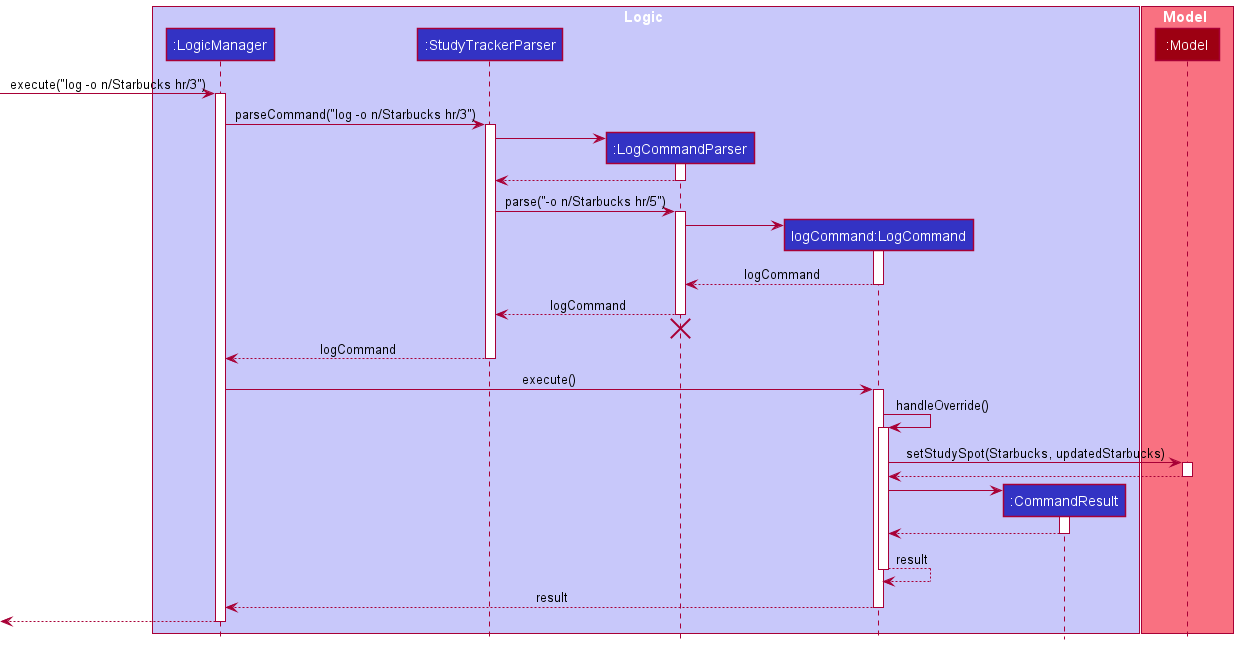
The PlantUML diagram docs/images/LogSequenceDiagramWithFlagO.png in ruoyann/tp, before a commit.
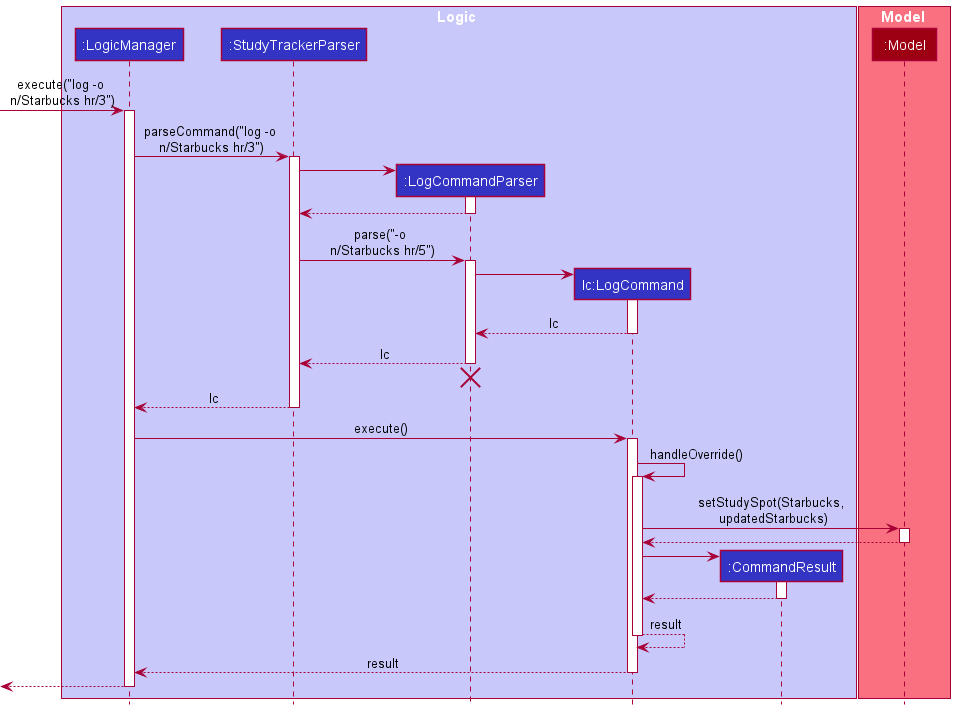
The same diagram one commit later.

What changed in the source:
```diff
@@ -5,7 +5,7 @@
 participant ":LogicManager" as LogicManager LOGIC_COLOR
 participant ":StudyTrackerParser" as StudyTrackerParser LOGIC_COLOR
 participant ":LogCommandParser" as LogCommandParser LOGIC_COLOR
-participant "logCommand:LogCommand" as LogCommand LOGIC_COLOR
+participant "lc:LogCommand" as LogCommand LOGIC_COLOR
 participant ":CommandResult" as CommandResult LOGIC_COLOR
 end box
 
@@ -13,10 +13,10 @@
 participant ":Model" as Model MODEL_COLOR
 end box
 
-[-> LogicManager : execute("log -o n/Starbucks hr/3")
+[-> LogicManager : execute("log -o \nn/Starbucks hr/3")
 activate LogicManager
 
-LogicManager -> StudyTrackerParser : parseCommand("log -o n/Starbucks hr/3")
+LogicManager -> StudyTrackerParser : parseCommand("log -o \nn/Starbucks hr/3")
 activate StudyTrackerParser
 
 create LogCommandParser
@@ -26,22 +26,22 @@
 LogCommandParser --> StudyTrackerParser
 deactivate LogCommandParser
 
-StudyTrackerParser -> LogCommandParser : parse("-o n/Starbucks hr/5")
+StudyTrackerParser -> LogCommandParser : parse("-o \nn/Starbucks hr/5")
 activate LogCommandParser
 
 create LogCommand
 LogCommandParser -> LogCommand
 activate LogCommand
 
-LogCommand --> LogCommandParser : logCommand
+LogCommand --> LogCommandParser : lc
 deactivate LogCommand
 
-LogCommandParser --> StudyTrackerParser : logCommand
+LogCommandParser --> StudyTrackerParser : lc
 deactivate LogCommandParser
 LogCommandParser -[hidden]-> StudyTrackerParser
 destroy LogCommandParser
 
-StudyTrackerParser --> LogicManager : logCommand
+StudyTrackerParser --> LogicManager : lc
 deactivate StudyTrackerParser
 
 LogicManager -> LogCommand : execute()
@@ -50,7 +50,7 @@
 LogCommand -> LogCommand : handleOverride()
 activate LogCommand
 
-LogCommand -> Model : setStudySpot(Starbucks, updatedStarbucks)
+LogCommand -> Model : setStudySpot(Starbucks,\n updatedStarbucks)
 activate Model
 
 Model --> LogCommand
```
